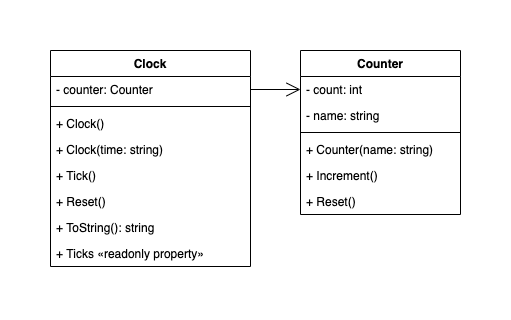
Before: OOP/Week 3/3.2 Clock/screenshots/UML.png, a diagram exported from draw.io (DenverLacey/SWIN2021). Source tidied: cells renumbered, new cells last; positions are measured from the earlier drawing's top-left corner, leaving out a move shared by most shapes. Its diagram source:
```xml
<mxGraphModel background="#ffffff">
  <root>
    <mxCell id="0" />
    <mxCell id="1" parent="0" />
    <mxCell id="2" value="Clock" style="swimlane;fontStyle=1;align=center;verticalAlign=top;horizontal=1;startSize=26;" parent="1" vertex="1">
      <mxGeometry width="200" height="216" as="geometry" />
    </mxCell>
    <mxCell id="3" value="- counter: Counter" style="text;strokeColor=none;fillColor=none;align=left;verticalAlign=top;spacingLeft=4;spacingRight=4;overflow=hidden;points=[[0,0.5],[1,0.5]];portConstraint=eastwest;" parent="2" vertex="1">
      <mxGeometry y="26" width="200" height="26" as="geometry" />
    </mxCell>
    <mxCell id="4" style="line;strokeWidth=1;fillColor=none;align=left;verticalAlign=middle;spacingTop=-1;spacingLeft=3;spacingRight=3;labelPosition=right;" parent="2" vertex="1">
      <mxGeometry y="52" width="200" height="8" as="geometry" />
    </mxCell>
    <mxCell id="5" value="+ Clock()" style="text;strokeColor=none;fillColor=none;align=left;verticalAlign=top;spacingLeft=4;spacingRight=4;overflow=hidden;" parent="2" vertex="1">
      <mxGeometry y="60" width="200" height="26" as="geometry" />
    </mxCell>
    <mxCell id="6" value="+ Clock(time: string)" style="text;strokeColor=none;fillColor=none;align=left;verticalAlign=top;spacingLeft=4;spacingRight=4;overflow=hidden;" parent="2" vertex="1">
      <mxGeometry y="86" width="200" height="26" as="geometry" />
    </mxCell>
    <mxCell id="7" value="+ Tick()" style="text;strokeColor=none;fillColor=none;align=left;verticalAlign=top;spacingLeft=4;spacingRight=4;overflow=hidden;" parent="2" vertex="1">
      <mxGeometry y="112" width="200" height="26" as="geometry" />
    </mxCell>
    <mxCell id="8" value="+ Reset()" style="text;strokeColor=none;fillColor=none;align=left;verticalAlign=top;spacingLeft=4;spacingRight=4;overflow=hidden;" parent="2" vertex="1">
      <mxGeometry y="138" width="200" height="26" as="geometry" />
    </mxCell>
    <mxCell id="9" value="+ ToString(): string" style="text;strokeColor=none;fillColor=none;align=left;verticalAlign=top;spacingLeft=4;spacingRight=4;overflow=hidden;" parent="2" vertex="1">
      <mxGeometry y="164" width="200" height="26" as="geometry" />
    </mxCell>
    <mxCell id="10" value="+ Ticks «readonly property»" style="text;strokeColor=none;fillColor=none;align=left;verticalAlign=top;spacingLeft=4;spacingRight=4;overflow=hidden;" parent="2" vertex="1">
      <mxGeometry y="190" width="200" height="26" as="geometry" />
    </mxCell>
    <mxCell id="11" value="Counter" style="swimlane;fontStyle=1;align=center;verticalAlign=top;horizontal=1;startSize=26;" parent="1" vertex="1">
      <mxGeometry x="250" width="160" height="164" as="geometry" />
    </mxCell>
    <mxCell id="12" value="- count: int" style="text;strokeColor=none;fillColor=none;align=left;verticalAlign=top;spacingLeft=4;spacingRight=4;overflow=hidden;points=[[0,0.5],[1,0.5]];portConstraint=eastwest;" parent="11" vertex="1">
      <mxGeometry y="26" width="160" height="26" as="geometry" />
    </mxCell>
    <mxCell id="13" value="- name: string" style="text;strokeColor=none;fillColor=none;align=left;verticalAlign=top;spacingLeft=4;spacingRight=4;overflow=hidden;" parent="11" vertex="1">
      <mxGeometry y="52" width="160" height="26" as="geometry" />
    </mxCell>
    <mxCell id="14" style="line;strokeWidth=1;fillColor=none;align=left;verticalAlign=middle;spacingTop=-1;spacingLeft=3;spacingRight=3;labelPosition=right;" parent="11" vertex="1">
      <mxGeometry y="78" width="160" height="8" as="geometry" />
    </mxCell>
    <mxCell id="15" value="+ Counter(name: string)" style="text;strokeColor=none;fillColor=none;align=left;verticalAlign=top;spacingLeft=4;spacingRight=4;overflow=hidden;" parent="11" vertex="1">
      <mxGeometry y="86" width="160" height="26" as="geometry" />
    </mxCell>
    <mxCell id="16" value="+ Increment()" style="text;strokeColor=none;fillColor=none;align=left;verticalAlign=top;spacingLeft=4;spacingRight=4;overflow=hidden;" parent="11" vertex="1">
      <mxGeometry y="112" width="160" height="26" as="geometry" />
    </mxCell>
    <mxCell id="17" value="+ Reset()" style="text;strokeColor=none;fillColor=none;align=left;verticalAlign=top;spacingLeft=4;spacingRight=4;overflow=hidden;" parent="11" vertex="1">
      <mxGeometry y="138" width="160" height="26" as="geometry" />
    </mxCell>
    <mxCell id="18" style="endArrow=open;html=1;endSize=12;startArrow=none;startSize=14;startFill=0;edgeStyle=orthogonalEdgeStyle;align=left;verticalAlign=bottom;entryX=0;entryY=0.5;entryDx=0;entryDy=0;exitX=1;exitY=0.5;exitDx=0;exitDy=0;" parent="1" edge="1" source="3" target="12">
      <mxGeometry x="-1" y="3" relative="1" as="geometry" />
    </mxCell>
  </root>
</mxGraphModel>
```
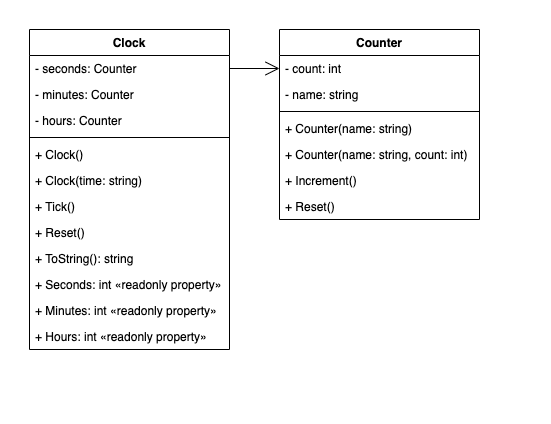
Later version of the same file.

The edit, as a diff of the source:
```diff
@@ -3,54 +3,69 @@
     <mxCell id="0" />
     <mxCell id="1" parent="0" />
     <mxCell id="2" value="Clock" style="swimlane;fontStyle=1;align=center;verticalAlign=top;horizontal=1;startSize=26;" parent="1" vertex="1">
-      <mxGeometry width="200" height="216" as="geometry" />
+      <mxGeometry width="200" height="320" as="geometry" />
     </mxCell>
+    <mxCell id="19" value="- seconds: Counter" style="text;strokeColor=none;fillColor=none;align=left;verticalAlign=top;spacingLeft=4;spacingRight=4;overflow=hidden;points=[[0,0.5],[1,0.5]];portConstraint=eastwest;" parent="2" vertex="1">
+      <mxGeometry y="26" width="200" height="26" as="geometry" />
+    </mxCell>
+    <mxCell id="20" value="- minutes: Counter" style="text;strokeColor=none;fillColor=none;align=left;verticalAlign=top;spacingLeft=4;spacingRight=4;overflow=hidden;" parent="2" vertex="1">
+      <mxGeometry y="52" width="200" height="26" as="geometry" />
+    </mxCell>
-    <mxCell id="3" value="- counter: Counter" style="text;strokeColor=none;fillColor=none;align=left;verticalAlign=top;spacingLeft=4;spacingRight=4;overflow=hidden;points=[[0,0.5],[1,0.5]];portConstraint=eastwest;" parent="2" vertex="1">
-      <mxGeometry y="26" width="200" height="26" as="geometry" />
+    <mxCell id="3" value="- hours: Counter" style="text;strokeColor=none;fillColor=none;align=left;verticalAlign=top;spacingLeft=4;spacingRight=4;overflow=hidden;points=[[0,0.5],[1,0.5]];portConstraint=eastwest;" parent="2" vertex="1">
+      <mxGeometry y="78" width="200" height="26" as="geometry" />
     </mxCell>
     <mxCell id="4" style="line;strokeWidth=1;fillColor=none;align=left;verticalAlign=middle;spacingTop=-1;spacingLeft=3;spacingRight=3;labelPosition=right;" parent="2" vertex="1">
-      <mxGeometry y="52" width="200" height="8" as="geometry" />
+      <mxGeometry y="104" width="200" height="8" as="geometry" />
     </mxCell>
     <mxCell id="5" value="+ Clock()" style="text;strokeColor=none;fillColor=none;align=left;verticalAlign=top;spacingLeft=4;spacingRight=4;overflow=hidden;" parent="2" vertex="1">
-      <mxGeometry y="60" width="200" height="26" as="geometry" />
+      <mxGeometry y="112" width="200" height="26" as="geometry" />
     </mxCell>
     <mxCell id="6" value="+ Clock(time: string)" style="text;strokeColor=none;fillColor=none;align=left;verticalAlign=top;spacingLeft=4;spacingRight=4;overflow=hidden;" parent="2" vertex="1">
-      <mxGeometry y="86" width="200" height="26" as="geometry" />
+      <mxGeometry y="138" width="200" height="26" as="geometry" />
     </mxCell>
     <mxCell id="7" value="+ Tick()" style="text;strokeColor=none;fillColor=none;align=left;verticalAlign=top;spacingLeft=4;spacingRight=4;overflow=hidden;" parent="2" vertex="1">
-      <mxGeometry y="112" width="200" height="26" as="geometry" />
+      <mxGeometry y="164" width="200" height="26" as="geometry" />
     </mxCell>
     <mxCell id="8" value="+ Reset()" style="text;strokeColor=none;fillColor=none;align=left;verticalAlign=top;spacingLeft=4;spacingRight=4;overflow=hidden;" parent="2" vertex="1">
-      <mxGeometry y="138" width="200" height="26" as="geometry" />
+      <mxGeometry y="190" width="200" height="26" as="geometry" />
     </mxCell>
     <mxCell id="9" value="+ ToString(): string" style="text;strokeColor=none;fillColor=none;align=left;verticalAlign=top;spacingLeft=4;spacingRight=4;overflow=hidden;" parent="2" vertex="1">
-      <mxGeometry y="164" width="200" height="26" as="geometry" />
+      <mxGeometry y="216" width="200" height="26" as="geometry" />
     </mxCell>
-    <mxCell id="10" value="+ Ticks «readonly property»" style="text;strokeColor=none;fillColor=none;align=left;verticalAlign=top;spacingLeft=4;spacingRight=4;overflow=hidden;" parent="2" vertex="1">
-      <mxGeometry y="190" width="200" height="26" as="geometry" />
+    <mxCell id="10" value="+ Seconds: int «readonly property»" style="text;strokeColor=none;fillColor=none;align=left;verticalAlign=top;spacingLeft=4;spacingRight=4;overflow=hidden;" parent="2" vertex="1">
+      <mxGeometry y="242" width="200" height="26" as="geometry" />
     </mxCell>
+    <mxCell id="21" value="+ Minutes: int «readonly property»" style="text;strokeColor=none;fillColor=none;align=left;verticalAlign=top;spacingLeft=4;spacingRight=4;overflow=hidden;" parent="2" vertex="1">
+      <mxGeometry y="268" width="200" height="26" as="geometry" />
+    </mxCell>
+    <mxCell id="22" value="+ Hours: int «readonly property»" style="text;strokeColor=none;fillColor=none;align=left;verticalAlign=top;spacingLeft=4;spacingRight=4;overflow=hidden;" parent="2" vertex="1">
+      <mxGeometry y="294" width="200" height="26" as="geometry" />
+    </mxCell>
     <mxCell id="11" value="Counter" style="swimlane;fontStyle=1;align=center;verticalAlign=top;horizontal=1;startSize=26;" parent="1" vertex="1">
-      <mxGeometry x="250" width="160" height="164" as="geometry" />
+      <mxGeometry x="250" width="200" height="190" as="geometry" />
     </mxCell>
     <mxCell id="12" value="- count: int" style="text;strokeColor=none;fillColor=none;align=left;verticalAlign=top;spacingLeft=4;spacingRight=4;overflow=hidden;points=[[0,0.5],[1,0.5]];portConstraint=eastwest;" parent="11" vertex="1">
-      <mxGeometry y="26" width="160" height="26" as="geometry" />
+      <mxGeometry y="26" width="200" height="26" as="geometry" />
     </mxCell>
     <mxCell id="13" value="- name: string" style="text;strokeColor=none;fillColor=none;align=left;verticalAlign=top;spacingLeft=4;spacingRight=4;overflow=hidden;" parent="11" vertex="1">
-      <mxGeometry y="52" width="160" height="26" as="geometry" />
+      <mxGeometry y="52" width="200" height="26" as="geometry" />
     </mxCell>
     <mxCell id="14" style="line;strokeWidth=1;fillColor=none;align=left;verticalAlign=middle;spacingTop=-1;spacingLeft=3;spacingRight=3;labelPosition=right;" parent="11" vertex="1">
-      <mxGeometry y="78" width="160" height="8" as="geometry" />
+      <mxGeometry y="78" width="200" height="8" as="geometry" />
     </mxCell>
     <mxCell id="15" value="+ Counter(name: string)" style="text;strokeColor=none;fillColor=none;align=left;verticalAlign=top;spacingLeft=4;spacingRight=4;overflow=hidden;" parent="11" vertex="1">
-      <mxGeometry y="86" width="160" height="26" as="geometry" />
+      <mxGeometry y="86" width="200" height="26" as="geometry" />
     </mxCell>
+    <mxCell id="23" value="+ Counter(name: string, count: int)" style="text;strokeColor=none;fillColor=none;align=left;verticalAlign=top;spacingLeft=4;spacingRight=4;overflow=hidden;" parent="11" vertex="1">
+      <mxGeometry y="112" width="200" height="26" as="geometry" />
+    </mxCell>
     <mxCell id="16" value="+ Increment()" style="text;strokeColor=none;fillColor=none;align=left;verticalAlign=top;spacingLeft=4;spacingRight=4;overflow=hidden;" parent="11" vertex="1">
-      <mxGeometry y="112" width="160" height="26" as="geometry" />
+      <mxGeometry y="138" width="200" height="26" as="geometry" />
     </mxCell>
     <mxCell id="17" value="+ Reset()" style="text;strokeColor=none;fillColor=none;align=left;verticalAlign=top;spacingLeft=4;spacingRight=4;overflow=hidden;" parent="11" vertex="1">
-      <mxGeometry y="138" width="160" height="26" as="geometry" />
+      <mxGeometry y="164" width="200" height="26" as="geometry" />
     </mxCell>
-    <mxCell id="18" style="endArrow=open;html=1;endSize=12;startArrow=none;startSize=14;startFill=0;edgeStyle=orthogonalEdgeStyle;align=left;verticalAlign=bottom;entryX=0;entryY=0.5;entryDx=0;entryDy=0;exitX=1;exitY=0.5;exitDx=0;exitDy=0;" parent="1" edge="1" source="3" target="12">
+    <mxCell id="18" style="endArrow=open;html=1;endSize=12;startArrow=none;startSize=14;startFill=0;edgeStyle=orthogonalEdgeStyle;align=left;verticalAlign=bottom;entryX=0;entryY=0.5;entryDx=0;entryDy=0;exitX=1;exitY=0.5;exitDx=0;exitDy=0;" parent="1" edge="1" source="19" target="12">
       <mxGeometry x="-1" y="3" relative="1" as="geometry" />
     </mxCell>
   </root>
```
